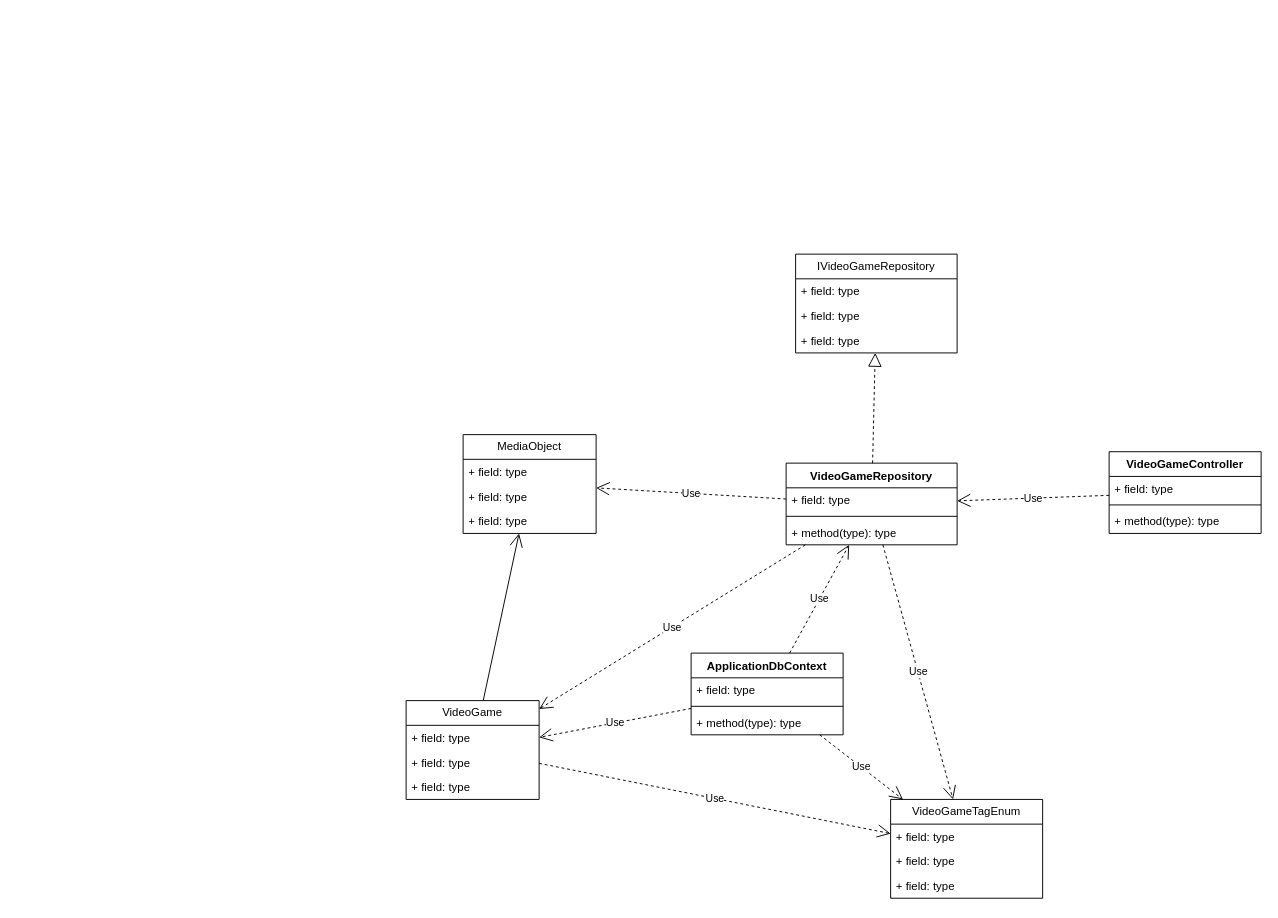
Above: page "UMLClassDiagram" (7 of 7) of MediaManagerDiagrams.drawio in TheDragonMuncher/Mediafolio (draw.io), before the change. Source tidied: cells renumbered, new cells numbered last; positions are measured from the earlier drawing's top-left corner, leaving out a move shared by most shapes. Both pictures are drawn from the tidied source at 95%, with x=0, y=0 at pixel (406, 254).
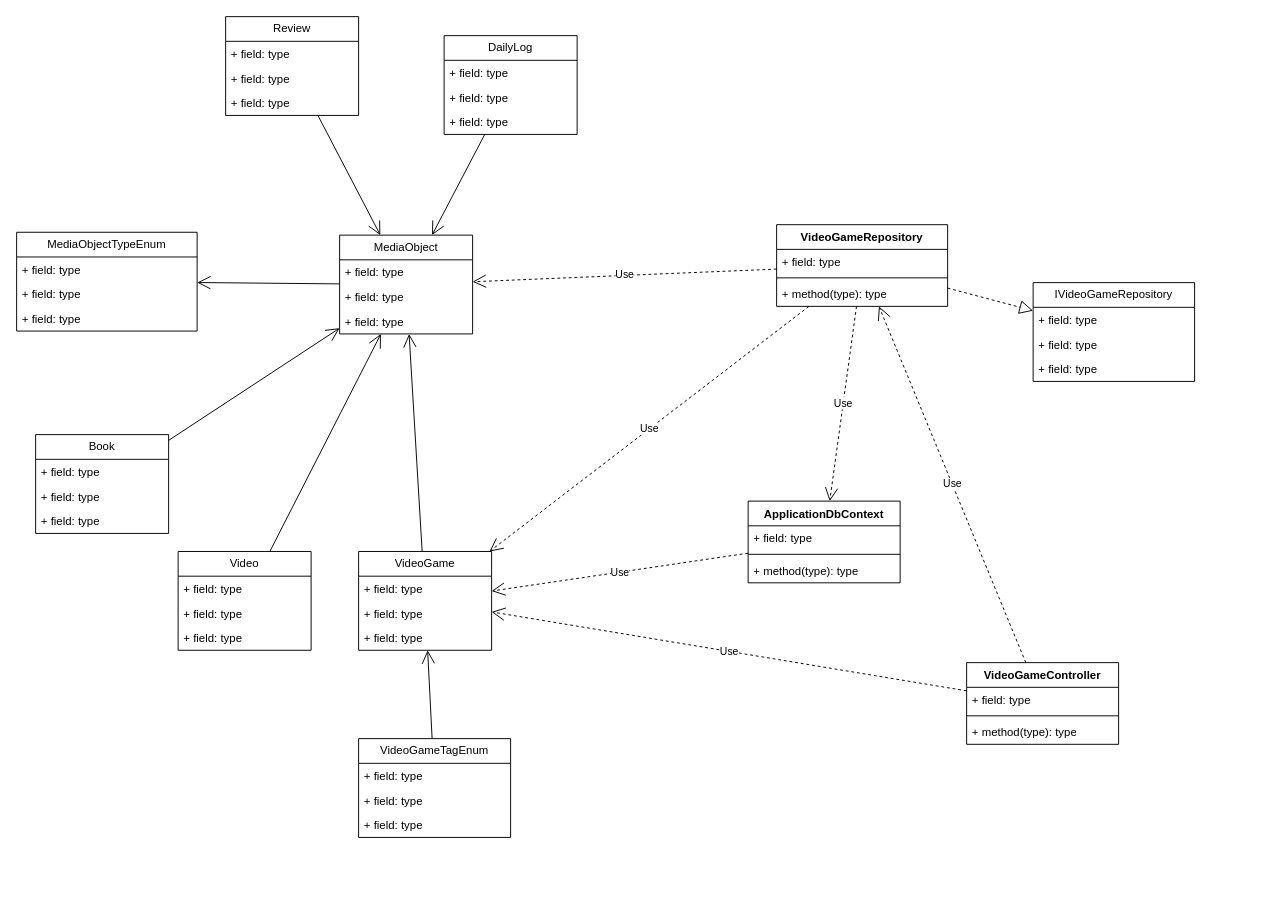
The same diagram, later.

Commit message:
update uml class diagram with start of other model types

The edit, as a diff of the source:
```diff
@@
     <mxCell id="2" value="VideoGameRepository" style="swimlane;fontStyle=1;align=center;verticalAlign=top;horizontal=1;startSize=26;whiteSpace=wrap;html=1;" parent="1" vertex="1">
-      <mxGeometry x="400" y="220" width="180" height="86" as="geometry" />
+      <mxGeometry x="390" y="-31" width="180" height="86" as="geometry" />
     </mxCell>
@@
     <mxCell id="6" value="IVideoGameRepository" style="swimlane;fontStyle=0;horizontal=1;startSize=26;fillColor=none;whiteSpace=wrap;html=1;" parent="1" vertex="1">
-      <mxGeometry x="410" width="170" height="104" as="geometry" />
+      <mxGeometry x="660" y="30" width="170" height="104" as="geometry" />
     </mxCell>
@@
     <mxCell id="10" value="VideoGame" style="swimlane;fontStyle=0;horizontal=1;startSize=26;fillColor=none;whiteSpace=wrap;html=1;" parent="1" vertex="1">
-      <mxGeometry y="470" width="140" height="104" as="geometry" />
+      <mxGeometry x="-50" y="313" width="140" height="104" as="geometry" />
     </mxCell>
@@
     <mxCell id="14" value="VideoGameTagEnum" style="swimlane;fontStyle=0;horizontal=1;startSize=26;fillColor=none;whiteSpace=wrap;html=1;" parent="1" vertex="1">
-      <mxGeometry x="510" y="574" width="160" height="104" as="geometry" />
+      <mxGeometry x="-50" y="510" width="160" height="104" as="geometry" />
     </mxCell>
@@
     <mxCell id="18" value="MediaObject" style="swimlane;fontStyle=0;horizontal=1;startSize=26;fillColor=none;whiteSpace=wrap;html=1;" parent="1" vertex="1">
-      <mxGeometry x="60" y="190" width="140" height="104" as="geometry" />
+      <mxGeometry x="-70" y="-20" width="140" height="104" as="geometry" />
     </mxCell>
@@
     <mxCell id="22" value="ApplicationDbContext" style="swimlane;fontStyle=1;align=center;verticalAlign=top;horizontal=1;startSize=26;whiteSpace=wrap;html=1;" parent="1" vertex="1">
-      <mxGeometry x="300" y="420" width="160" height="86" as="geometry" />
+      <mxGeometry x="360" y="260" width="160" height="86" as="geometry" />
     </mxCell>
@@
     <mxCell id="26" value="VideoGameController" style="swimlane;fontStyle=1;align=center;verticalAlign=top;horizontal=1;startSize=26;whiteSpace=wrap;html=1;" parent="1" vertex="1">
-      <mxGeometry x="740" y="208" width="160" height="86" as="geometry" />
+      <mxGeometry x="590" y="430" width="160" height="86" as="geometry" />
     </mxCell>
@@
-    <mxCell id="31" value="Use" style="endArrow=open;endSize=12;dashed=1;html=1;rounded=0;" parent="1" edge="1" source="22" target="2">
+    <mxCell id="31" value="Use" style="endArrow=open;endSize=12;dashed=1;html=1;rounded=0;" parent="1" edge="1" source="2" target="22">
       <mxGeometry relative="1" as="geometry" />
     </mxCell>
@@
-    <mxCell id="33" value="Use" style="endArrow=open;endSize=12;dashed=1;html=1;rounded=0;" parent="1" edge="1" source="10" target="14">
-      <mxGeometry relative="1" as="geometry" />
-    </mxCell>
-    <mxCell id="34" value="Use" style="endArrow=open;endSize=12;dashed=1;html=1;rounded=0;" parent="1" edge="1" source="2" target="14">
-      <mxGeometry relative="1" as="geometry" />
-    </mxCell>
@@
-    <mxCell id="39" value="Use" style="endArrow=open;endSize=12;dashed=1;html=1;rounded=0;" parent="1" edge="1" source="22" target="14">
-      <mxGeometry relative="1" as="geometry" />
-    </mxCell>
+    <mxCell id="40" value="Use" style="endArrow=open;endSize=12;dashed=1;html=1;rounded=0;" parent="1" edge="1" source="26" target="10">
+      <mxGeometry relative="1" as="geometry" />
+    </mxCell>
+    <mxCell id="41" value="Video" style="swimlane;fontStyle=0;horizontal=1;startSize=26;fillColor=none;whiteSpace=wrap;html=1;" parent="1" vertex="1">
+      <mxGeometry x="-240" y="313" width="140" height="104" as="geometry" />
+    </mxCell>
+    <mxCell id="42" value="+ field: type" style="text;strokeColor=none;fillColor=none;align=left;verticalAlign=top;spacingLeft=4;spacingRight=4;overflow=hidden;whiteSpace=wrap;html=1;" parent="41" vertex="1">
+      <mxGeometry y="26" width="140" height="26" as="geometry" />
+    </mxCell>
+    <mxCell id="43" value="+ field: type" style="text;strokeColor=none;fillColor=none;align=left;verticalAlign=top;spacingLeft=4;spacingRight=4;overflow=hidden;whiteSpace=wrap;html=1;" parent="41" vertex="1">
+      <mxGeometry y="52" width="140" height="26" as="geometry" />
+    </mxCell>
+    <mxCell id="44" value="+ field: type" style="text;strokeColor=none;fillColor=none;align=left;verticalAlign=top;spacingLeft=4;spacingRight=4;overflow=hidden;whiteSpace=wrap;html=1;" parent="41" vertex="1">
+      <mxGeometry y="78" width="140" height="26" as="geometry" />
+    </mxCell>
+    <mxCell id="45" value="Book" style="swimlane;fontStyle=0;horizontal=1;startSize=26;fillColor=none;whiteSpace=wrap;html=1;" parent="1" vertex="1">
+      <mxGeometry x="-390" y="190" width="140" height="104" as="geometry" />
+    </mxCell>
+    <mxCell id="46" value="+ field: type" style="text;strokeColor=none;fillColor=none;align=left;verticalAlign=top;spacingLeft=4;spacingRight=4;overflow=hidden;whiteSpace=wrap;html=1;" parent="45" vertex="1">
+      <mxGeometry y="26" width="140" height="26" as="geometry" />
+    </mxCell>
+    <mxCell id="47" value="+ field: type" style="text;strokeColor=none;fillColor=none;align=left;verticalAlign=top;spacingLeft=4;spacingRight=4;overflow=hidden;whiteSpace=wrap;html=1;" parent="45" vertex="1">
+      <mxGeometry y="52" width="140" height="26" as="geometry" />
+    </mxCell>
+    <mxCell id="48" value="+ field: type" style="text;strokeColor=none;fillColor=none;align=left;verticalAlign=top;spacingLeft=4;spacingRight=4;overflow=hidden;whiteSpace=wrap;html=1;" parent="45" vertex="1">
+      <mxGeometry y="78" width="140" height="26" as="geometry" />
+    </mxCell>
+    <mxCell id="49" value="Review" style="swimlane;fontStyle=0;horizontal=1;startSize=26;fillColor=none;whiteSpace=wrap;html=1;" parent="1" vertex="1">
+      <mxGeometry x="-190" y="-250" width="140" height="104" as="geometry" />
+    </mxCell>
+    <mxCell id="50" value="+ field: type" style="text;strokeColor=none;fillColor=none;align=left;verticalAlign=top;spacingLeft=4;spacingRight=4;overflow=hidden;whiteSpace=wrap;html=1;" parent="49" vertex="1">
+      <mxGeometry y="26" width="140" height="26" as="geometry" />
+    </mxCell>
+    <mxCell id="51" value="+ field: type" style="text;strokeColor=none;fillColor=none;align=left;verticalAlign=top;spacingLeft=4;spacingRight=4;overflow=hidden;whiteSpace=wrap;html=1;" parent="49" vertex="1">
+      <mxGeometry y="52" width="140" height="26" as="geometry" />
+    </mxCell>
+    <mxCell id="52" value="+ field: type" style="text;strokeColor=none;fillColor=none;align=left;verticalAlign=top;spacingLeft=4;spacingRight=4;overflow=hidden;whiteSpace=wrap;html=1;" parent="49" vertex="1">
+      <mxGeometry y="78" width="140" height="26" as="geometry" />
+    </mxCell>
+    <mxCell id="53" value="DailyLog" style="swimlane;fontStyle=0;horizontal=1;startSize=26;fillColor=none;whiteSpace=wrap;html=1;" parent="1" vertex="1">
+      <mxGeometry x="40" y="-230" width="140" height="104" as="geometry" />
+    </mxCell>
+    <mxCell id="54" value="+ field: type" style="text;strokeColor=none;fillColor=none;align=left;verticalAlign=top;spacingLeft=4;spacingRight=4;overflow=hidden;whiteSpace=wrap;html=1;" parent="53" vertex="1">
+      <mxGeometry y="26" width="140" height="26" as="geometry" />
+    </mxCell>
+    <mxCell id="55" value="+ field: type" style="text;strokeColor=none;fillColor=none;align=left;verticalAlign=top;spacingLeft=4;spacingRight=4;overflow=hidden;whiteSpace=wrap;html=1;" parent="53" vertex="1">
+      <mxGeometry y="52" width="140" height="26" as="geometry" />
+    </mxCell>
+    <mxCell id="56" value="+ field: type" style="text;strokeColor=none;fillColor=none;align=left;verticalAlign=top;spacingLeft=4;spacingRight=4;overflow=hidden;whiteSpace=wrap;html=1;" parent="53" vertex="1">
+      <mxGeometry y="78" width="140" height="26" as="geometry" />
+    </mxCell>
+    <mxCell id="57" style="endArrow=open;endFill=1;endSize=12;html=1;rounded=0;" parent="1" edge="1" source="41" target="18">
+      <mxGeometry relative="1" as="geometry" />
+    </mxCell>
+    <mxCell id="58" style="endArrow=open;endFill=1;endSize=12;html=1;rounded=0;" parent="1" edge="1" source="45" target="18">
+      <mxGeometry relative="1" as="geometry" />
+    </mxCell>
+    <mxCell id="59" style="endArrow=open;endFill=1;endSize=12;html=1;rounded=0;" parent="1" edge="1" source="49" target="18">
+      <mxGeometry relative="1" as="geometry" />
+    </mxCell>
+    <mxCell id="60" style="endArrow=open;endFill=1;endSize=12;html=1;rounded=0;" parent="1" edge="1" source="53" target="18">
+      <mxGeometry relative="1" as="geometry" />
+    </mxCell>
+    <mxCell id="61" value="MediaObjectTypeEnum" style="swimlane;fontStyle=0;horizontal=1;startSize=26;fillColor=none;whiteSpace=wrap;html=1;" parent="1" vertex="1">
+      <mxGeometry x="-410" y="-23" width="190" height="104" as="geometry" />
+    </mxCell>
+    <mxCell id="62" value="+ field: type" style="text;strokeColor=none;fillColor=none;align=left;verticalAlign=top;spacingLeft=4;spacingRight=4;overflow=hidden;whiteSpace=wrap;html=1;" parent="61" vertex="1">
+      <mxGeometry y="26" width="190" height="26" as="geometry" />
+    </mxCell>
+    <mxCell id="63" value="+ field: type" style="text;strokeColor=none;fillColor=none;align=left;verticalAlign=top;spacingLeft=4;spacingRight=4;overflow=hidden;whiteSpace=wrap;html=1;" parent="61" vertex="1">
+      <mxGeometry y="52" width="190" height="26" as="geometry" />
+    </mxCell>
+    <mxCell id="64" value="+ field: type" style="text;strokeColor=none;fillColor=none;align=left;verticalAlign=top;spacingLeft=4;spacingRight=4;overflow=hidden;whiteSpace=wrap;html=1;" parent="61" vertex="1">
+      <mxGeometry y="78" width="190" height="26" as="geometry" />
+    </mxCell>
+    <mxCell id="65" style="endArrow=open;endFill=1;endSize=12;html=1;rounded=0;" parent="1" edge="1" source="18" target="61">
+      <mxGeometry relative="1" as="geometry" />
+    </mxCell>
+    <mxCell id="66" style="endArrow=open;endFill=1;endSize=12;html=1;rounded=0;" parent="1" edge="1" source="14" target="10">
+      <mxGeometry relative="1" as="geometry" />
+    </mxCell>
```
